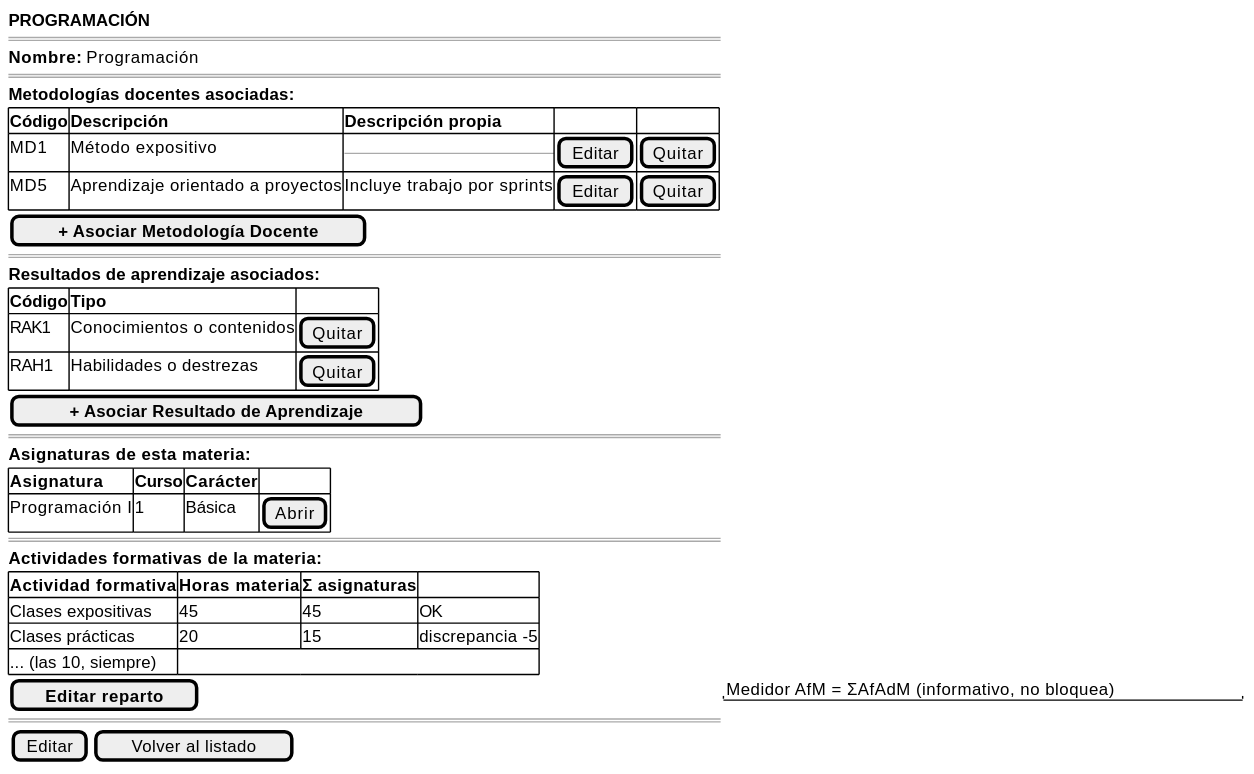
Earlier version of the PlantUML export images/RUP/01-requisitos/03-detalle-casos-uso/abrirMateria/wireframe.svg (mmasias/pyCeldaPublico).
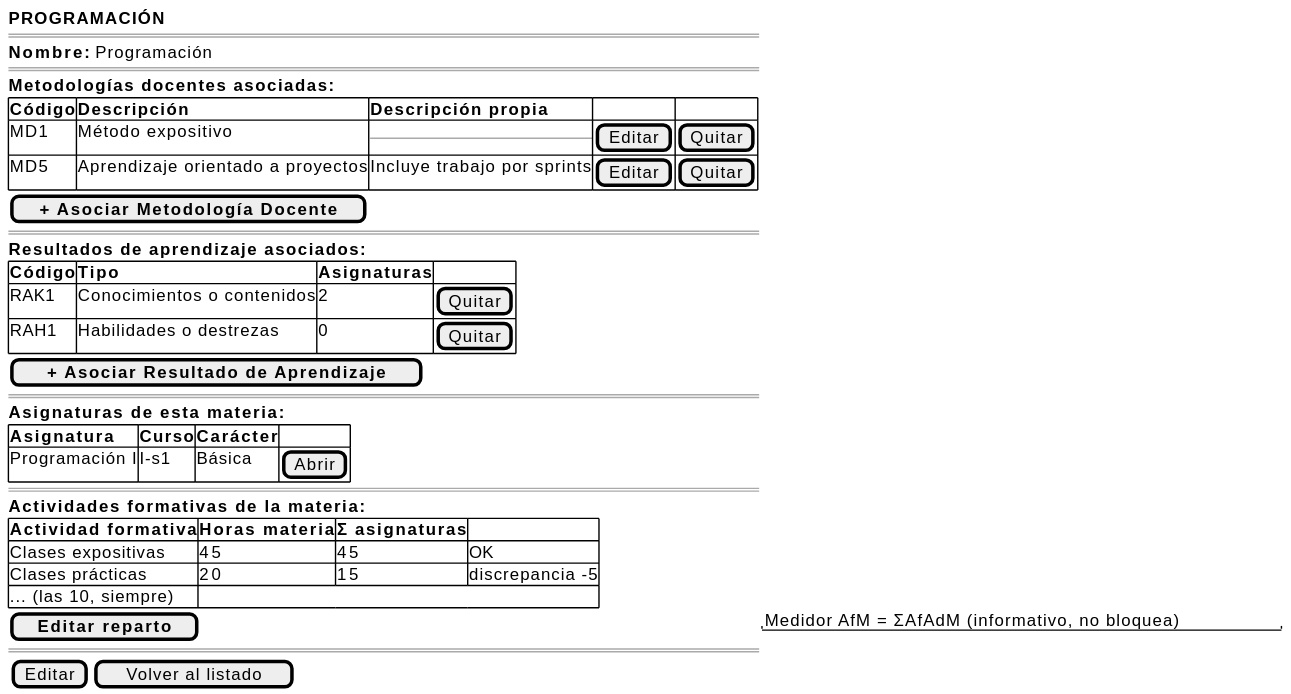
After the change.

The edit, as a diff of the source:
```diff
@@ -14,16 +14,16 @@
     ====
     <b>Resultados de aprendizaje asociados:</b>
     {#
-        <b>Código | <b>Tipo | .
-        RAK1 | Conocimientos o contenidos | [Quitar]
-        RAH1 | Habilidades o destrezas | [Quitar]
+        <b>Código | <b>Tipo | <b>Asignaturas | .
+        RAK1 | Conocimientos o contenidos | 2 | [Quitar]
+        RAH1 | Habilidades o destrezas | 0 | [Quitar]
     }
     [ <b>+ Asociar Resultado de Aprendizaje</b> ]
     ====
     <b>Asignaturas de esta materia:</b>
     {#
         <b>Asignatura | <b>Curso | <b>Carácter | .
-        Programación I | 1 | Básica | [Abrir]
+        Programación I | I-s1 | Básica | [Abrir]
     }
     ====
     <b>Actividades formativas de la materia:</b>
```
